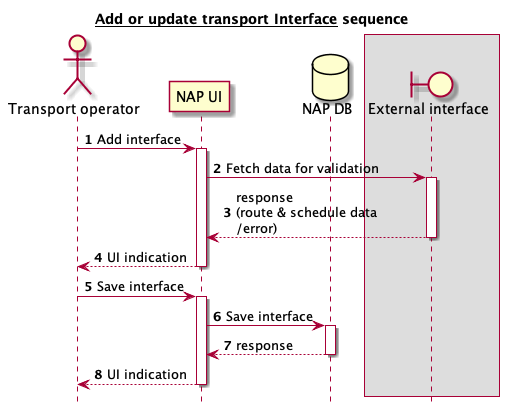
tmfg/mmtis-national-access-point keeps this PlantUML diagram as docs/transit-changes/new-interface.png. Above is the earlier version.
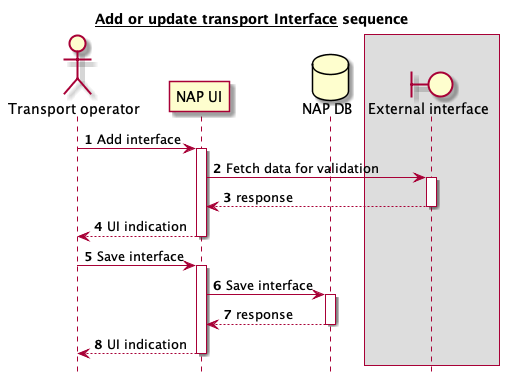
The same diagram one commit later.

Change to the diagram source:
```diff
@@ -7,22 +7,21 @@
 participant "NAP UI" as UI
 database "NAP DB" as DB
 box
-    boundary "External interface" as IFACE
+  boundary "External interface" as IFACE
 end box
 
 OPER->UI: Add interface
 activate UI
-        UI->IFACE: Fetch data for validation
-        activate IFACE
-        return response \n(route & schedule data\n/error)
-                return UI indication
+  UI->IFACE: Fetch data for validation
+  activate IFACE
+  return response
+return UI indication
 
-                OPER->UI: Save interface
-                activate UI
-UI->DB: Save interface
-                activate DB
-
-return response
+OPER->UI: Save interface
+activate UI
+  UI->DB: Save interface
+  activate DB
+  return response
 return UI indication
 
 @enduml
```
